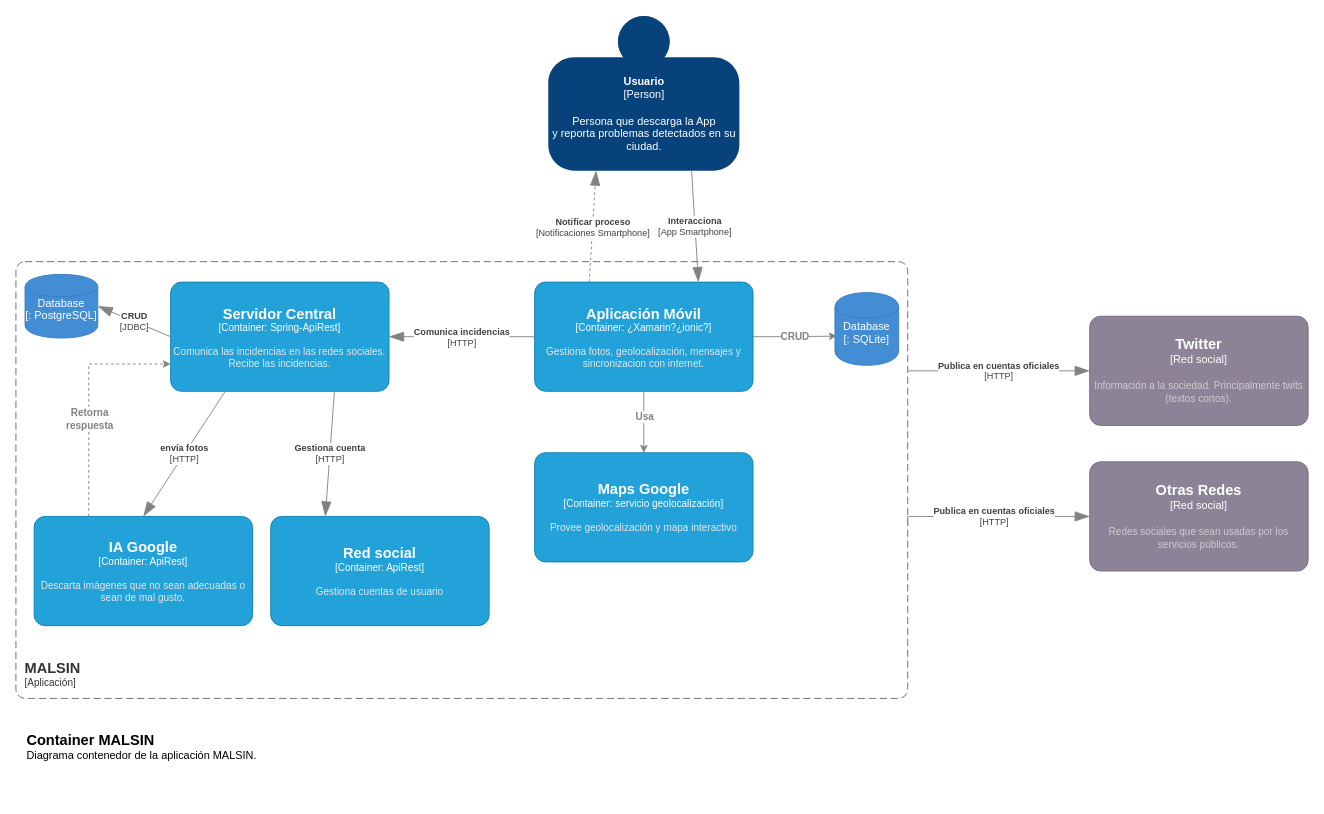
Before: page "Container" (2 of 2) of modeloC4MALSIN.drawio in bgtiban/malsin-documentation, a draw.io diagram. Source tidied: cells renumbered, new cells numbered last; positions are measured from the earlier drawing's top-left corner, leaving out a move shared by most shapes. Both pictures are drawn from the tidied source at 91%, with x=0, y=0 at pixel (15, 15).
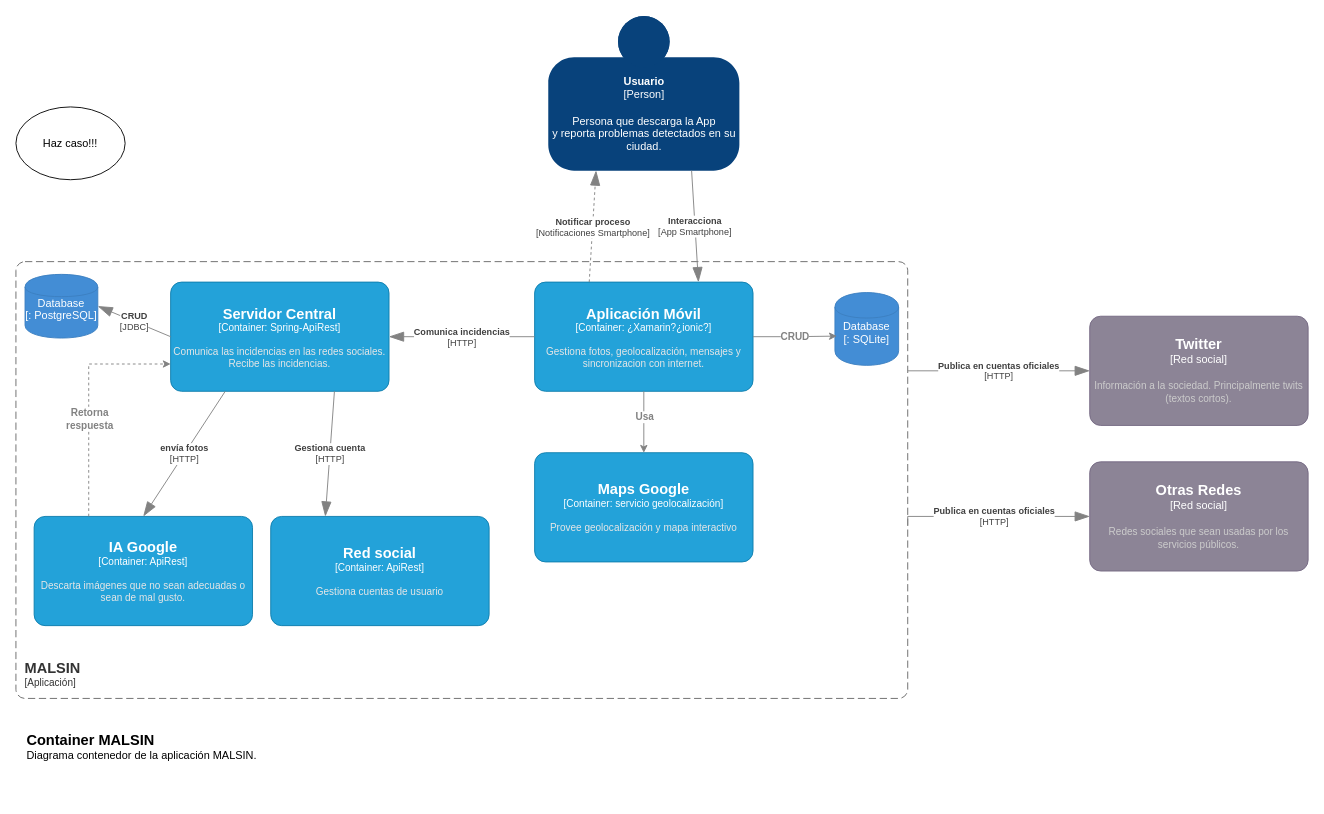
The same page after the edit.

The edit, as a diff of the source:
```diff
@@
+    <mxCell id="28" value="Haz caso!!!" style="ellipse;whiteSpace=wrap;html=1;" parent="1" vertex="1">
+      <mxGeometry y="100" width="120" height="80" as="geometry" />
+    </mxCell>
```
